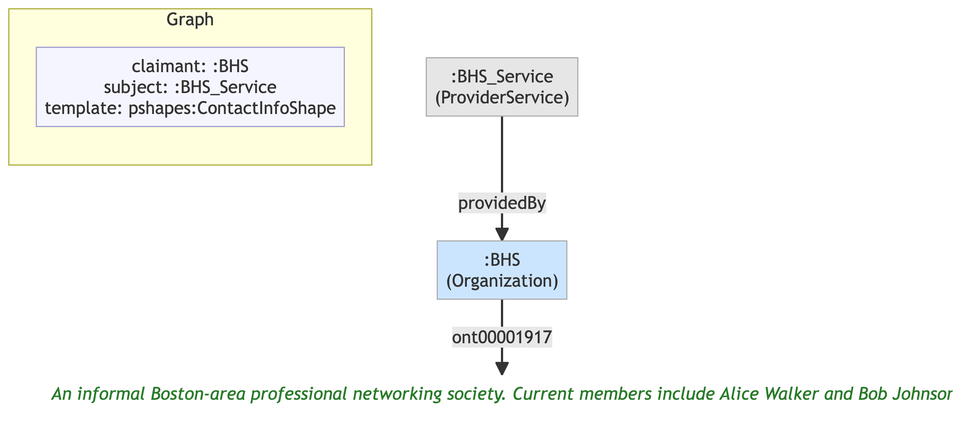
Before: example/graphs/images/graph-01.png, a diagram exported from Mermaid (MeeFoundation/mia-ontologies). Its source is kept beside it as example/graphs/images/graph-01.mmd.
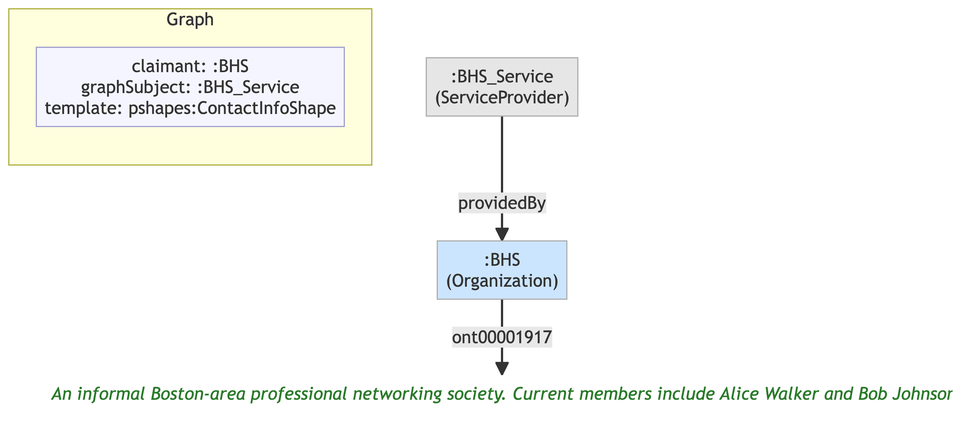
Later version of the same file.

What changed in the source:
```diff
@@ -7,12 +7,12 @@
 
     subgraph ctx["Graph"]
         direction LR
-        ctx_meta["claimant: :BHS\nsubject: :BHS_Service\ntemplate: pshapes:ContactInfoShape"]:::meta
+        ctx_meta["claimant: :BHS\ngraphSubject: :BHS_Service\ntemplate: pshapes:ContactInfoShape"]:::meta
     end
 
     n0644db9ef116[":BHS\n(Organization)"]:::org
-    ndef94ab3a90b("An informal Boston-area professional networking society. Current members include Alice Walker and Bob Johnson."):::lit
-    n4cd32c179607[":BHS_Service\n(ProviderService)"]:::service
+    n0e2bb7c52468("An informal Boston-area professional networking society. Current members include Alice Walker and Bob Johnson."):::lit
+    n4cd32c179607[":BHS_Service\n(ServiceProvider)"]:::service
 
-    n0644db9ef116 -->|"ont00001917"| ndef94ab3a90b
+    n0644db9ef116 -->|"ont00001917"| n0e2bb7c52468
     n4cd32c179607 -->|"providedBy"| n0644db9ef116
```
